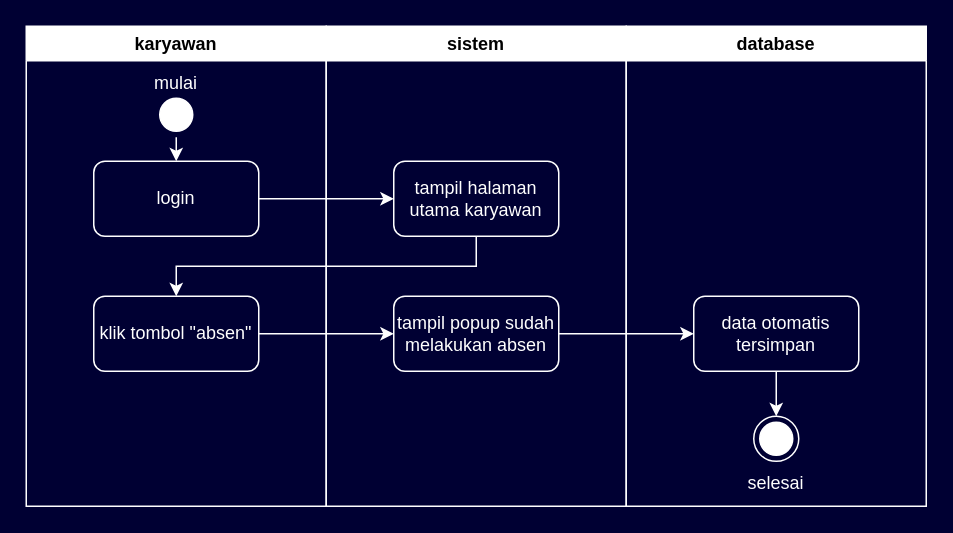
Before: activity diagram absen masuk desain.drawio in k-barr/Diagram, a draw.io diagram. Source tidied: cells renumbered, new cells numbered last; positions are measured from the earlier drawing's top-left corner, leaving out a move shared by most shapes. Both pictures are drawn from the tidied source at 150%, with x=0, y=0 at pixel (26, 26).
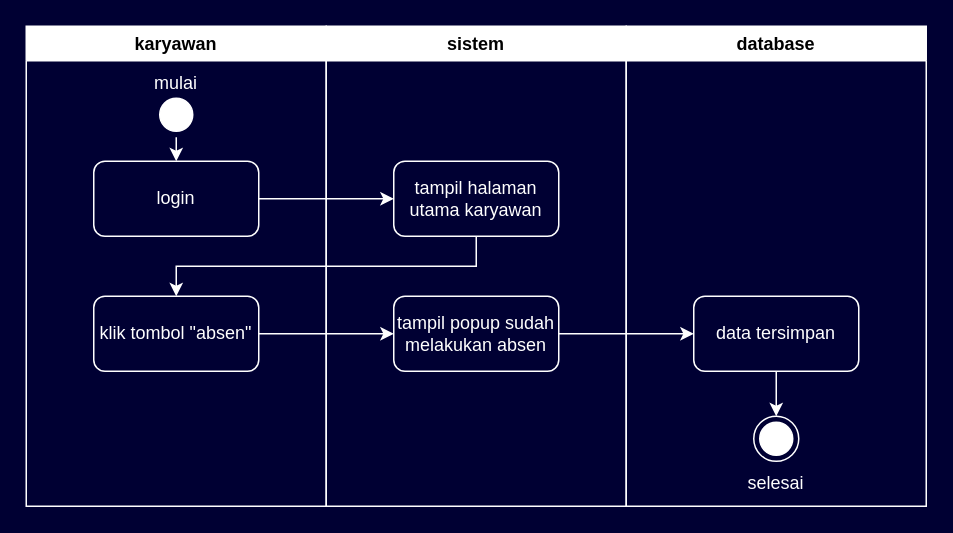
After the change.

The edit, as a diff of the source:
```diff
@@
 <mxGraphModel background="#000033">
   <root>
     <mxCell id="0" />
     <mxCell id="1" parent="0" />
     <mxCell id="2" value="karyawan" style="swimlane;whiteSpace=wrap;html=1;strokeColor=#FFFFFF;" parent="1" vertex="1">
       <mxGeometry width="200" height="320" as="geometry" />
     </mxCell>
     <mxCell id="3" style="edgeStyle=orthogonalEdgeStyle;rounded=0;jettySize=auto;html=1;exitX=0.5;exitY=1;exitDx=0;exitDy=0;entryX=0.5;entryY=0;entryDx=0;entryDy=0;strokeColor=#FFFFFF;" parent="2" edge="1" source="4" target="5">
       <mxGeometry relative="1" as="geometry" />
     </mxCell>
     <mxCell id="4" style="ellipse;html=1;shape=startState;fillColor=#FFFFFF;strokeColor=#FFFFFF;" parent="2" vertex="1">
       <mxGeometry x="85" y="44" width="30" height="30" as="geometry" />
     </mxCell>
     <mxCell id="5" value="&lt;font color=&quot;#ffffff&quot;&gt;login&lt;/font&gt;" style="html=1;whiteSpace=wrap;fillColor=none;strokeColor=#FFFFFF;rounded=1;glass=0;" parent="2" vertex="1">
       <mxGeometry x="45" y="90" width="110" height="50" as="geometry" />
     </mxCell>
     <mxCell id="6" value="&lt;font color=&quot;#ffffff&quot;&gt;klik tombol &quot;absen&quot;&lt;/font&gt;" style="html=1;whiteSpace=wrap;fillColor=none;strokeColor=#FFFFFF;rounded=1;glass=0;" parent="2" vertex="1">
       <mxGeometry x="45" y="180" width="110" height="50" as="geometry" />
     </mxCell>
     <mxCell id="7" value="&lt;font color=&quot;#ffffff&quot;&gt;mulai&lt;/font&gt;" style="text;html=1;align=center;verticalAlign=middle;whiteSpace=wrap;rounded=0;" parent="2" vertex="1">
       <mxGeometry x="70" y="23" width="60" height="30" as="geometry" />
     </mxCell>
     <mxCell id="8" value="sistem" style="swimlane;whiteSpace=wrap;html=1;strokeColor=#FFFFFF;" parent="1" vertex="1">
       <mxGeometry x="200" width="200" height="320" as="geometry" />
     </mxCell>
     <mxCell id="9" value="&lt;font color=&quot;#ffffff&quot;&gt;tampil halaman utama karyawan&lt;/font&gt;" style="html=1;whiteSpace=wrap;fillColor=none;strokeColor=#FFFFFF;rounded=1;glass=0;" parent="8" vertex="1">
       <mxGeometry x="45" y="90" width="110" height="50" as="geometry" />
     </mxCell>
     <mxCell id="10" value="&lt;font color=&quot;#ffffff&quot;&gt;tampil popup sudah melakukan absen&lt;/font&gt;" style="html=1;whiteSpace=wrap;fillColor=none;strokeColor=#FFFFFF;rounded=1;glass=0;" parent="8" vertex="1">
       <mxGeometry x="45" y="180" width="110" height="50" as="geometry" />
     </mxCell>
     <mxCell id="11" value="database" style="swimlane;whiteSpace=wrap;html=1;strokeColor=#FFFFFF;" parent="1" vertex="1">
       <mxGeometry x="400" width="200" height="320" as="geometry" />
     </mxCell>
     <mxCell id="12" style="ellipse;html=1;shape=endState;fillColor=#FFFFFF;strokeColor=#FFFFFF;" parent="11" vertex="1">
       <mxGeometry x="85" y="260" width="30" height="30" as="geometry" />
     </mxCell>
     <mxCell id="13" style="edgeStyle=orthogonalEdgeStyle;rounded=0;jettySize=auto;html=1;exitX=0.5;exitY=1;exitDx=0;exitDy=0;entryX=0.5;entryY=0;entryDx=0;entryDy=0;strokeColor=#FFFFFF;" parent="11" edge="1" source="14" target="12">
       <mxGeometry relative="1" as="geometry" />
     </mxCell>
-    <mxCell id="14" value="&lt;font color=&quot;#ffffff&quot;&gt;data otomatis tersimpan&lt;/font&gt;" style="html=1;whiteSpace=wrap;fillColor=none;strokeColor=#FFFFFF;rounded=1;glass=0;" parent="11" vertex="1">
+    <mxCell id="14" value="&lt;font color=&quot;#ffffff&quot;&gt;data tersimpan&lt;/font&gt;" style="html=1;whiteSpace=wrap;fillColor=none;strokeColor=#FFFFFF;rounded=1;glass=0;" parent="11" vertex="1">
       <mxGeometry x="45" y="180" width="110" height="50" as="geometry" />
     </mxCell>
     <mxCell id="15" value="&lt;font color=&quot;#ffffff&quot;&gt;selesai&lt;/font&gt;" style="text;html=1;align=center;verticalAlign=middle;whiteSpace=wrap;rounded=0;" parent="11" vertex="1">
       <mxGeometry x="70" y="290" width="60" height="30" as="geometry" />
     </mxCell>
     <mxCell id="16" style="edgeStyle=orthogonalEdgeStyle;rounded=0;jettySize=auto;html=1;exitX=1;exitY=0.5;exitDx=0;exitDy=0;entryX=0;entryY=0.5;entryDx=0;entryDy=0;strokeColor=#FFFFFF;" parent="1" edge="1" source="5" target="9">
       <mxGeometry relative="1" as="geometry" />
     </mxCell>
     <mxCell id="17" style="edgeStyle=orthogonalEdgeStyle;rounded=0;jettySize=auto;html=1;exitX=0.5;exitY=1;exitDx=0;exitDy=0;entryX=0.5;entryY=0;entryDx=0;entryDy=0;strokeColor=#FFFFFF;" parent="1" edge="1" source="9" target="6">
       <mxGeometry relative="1" as="geometry" />
     </mxCell>
     <mxCell id="18" style="edgeStyle=orthogonalEdgeStyle;rounded=0;jettySize=auto;html=1;exitX=1;exitY=0.5;exitDx=0;exitDy=0;entryX=0;entryY=0.5;entryDx=0;entryDy=0;strokeColor=#FFFFFF;" parent="1" edge="1" source="6" target="10">
       <mxGeometry relative="1" as="geometry" />
     </mxCell>
     <mxCell id="19" style="edgeStyle=orthogonalEdgeStyle;rounded=0;jettySize=auto;html=1;exitX=1;exitY=0.5;exitDx=0;exitDy=0;entryX=0;entryY=0.5;entryDx=0;entryDy=0;strokeColor=#FFFFFF;" parent="1" edge="1" source="10" target="14">
       <mxGeometry relative="1" as="geometry" />
     </mxCell>
   </root>
 </mxGraphModel>
```
